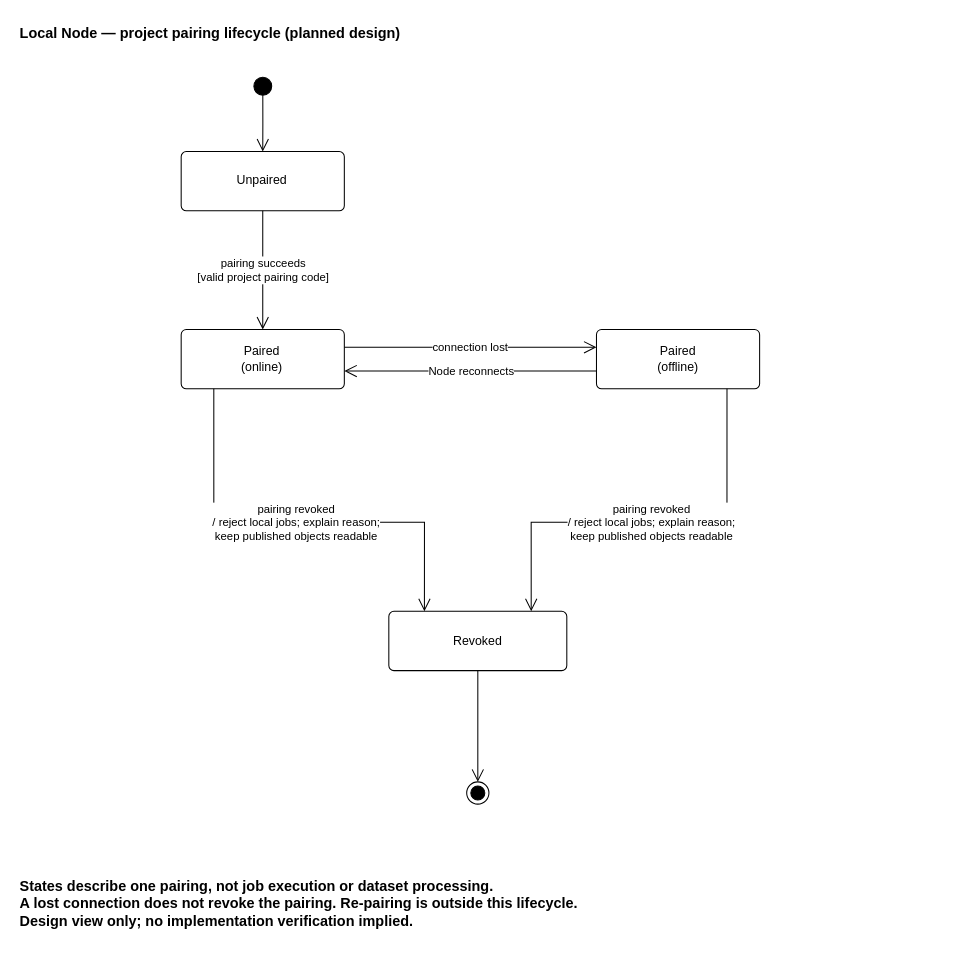
Earlier version of the draw.io diagram page "Data Management" (3 of 9) of diagrams/09-state-machine/State-Machine-Diagrams.drawio (openai-scientist/docs). Source tidied: cells renumbered, new cells numbered last; positions are measured from the earlier drawing's top-left corner, leaving out a move shared by most shapes. Both pictures are drawn from the tidied source at 103%, with x=0, y=0 at pixel (18, 18).
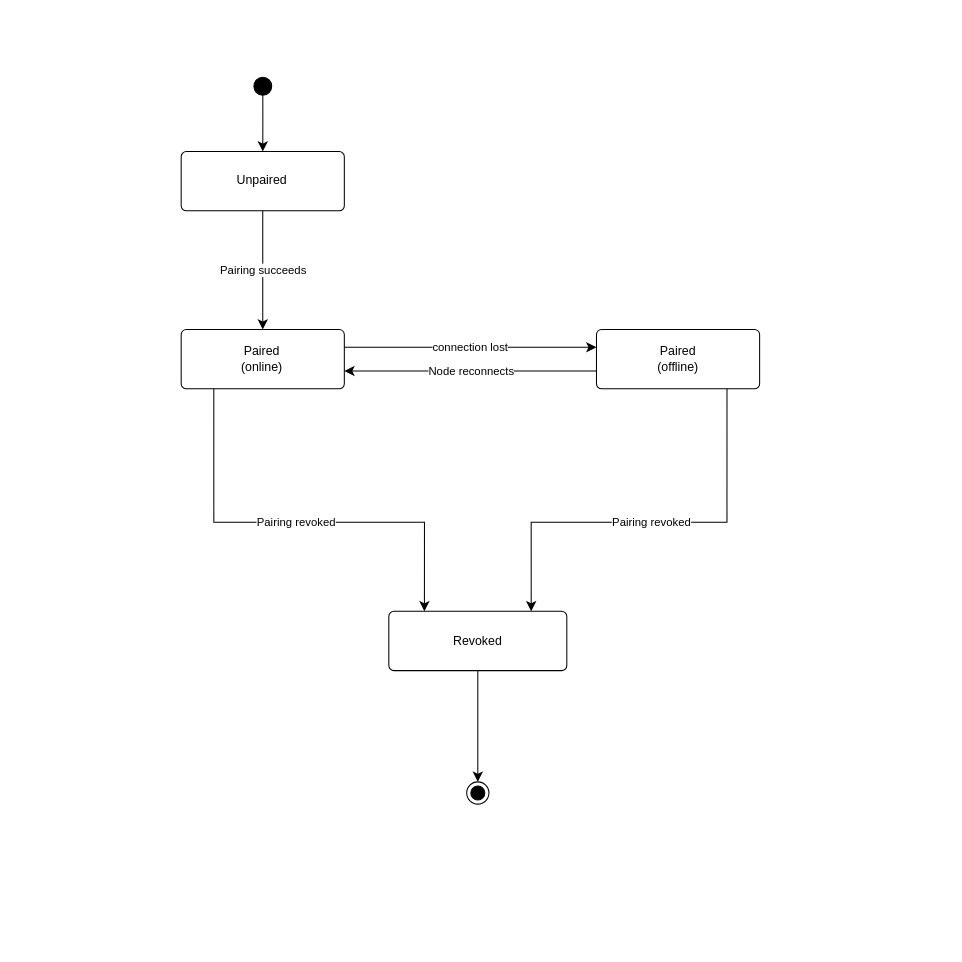
The same page after the edit.

Unchanged cells that the change refers to:
```xml
<mxCell id="3" style="html=1;fontFamily=Arial;fontColor=#000000;strokeColor=#000000;fillColor=#ffffff;strokeWidth=1;ellipse;fillColor=#000000;fontSize=12;" parent="1" vertex="1">
  <mxGeometry x="229" y="57.6" width="17.3" height="17.3" as="geometry" />
</mxCell>
<mxCell id="4" value="Unpaired" style="html=1;fontFamily=Arial;fontColor=#000000;strokeColor=#000000;fillColor=#ffffff;strokeWidth=1;rounded=1;absoluteArcSize=1;arcSize=10;whiteSpace=wrap;fontSize=12;" parent="1" vertex="1">
  <mxGeometry x="158.4" y="129.6" width="158.4" height="57.6" as="geometry" />
</mxCell>
<mxCell id="5" value="Paired&#10;(online)" style="html=1;fontFamily=Arial;fontColor=#000000;strokeColor=#000000;fillColor=#ffffff;strokeWidth=1;rounded=1;absoluteArcSize=1;arcSize=10;whiteSpace=wrap;fontSize=12;" parent="1" vertex="1">
  <mxGeometry x="158.4" y="302.4" width="158.4" height="57.6" as="geometry" />
</mxCell>
<mxCell id="6" value="Paired&#10;(offline)" style="html=1;fontFamily=Arial;fontColor=#000000;strokeColor=#000000;fillColor=#ffffff;strokeWidth=1;rounded=1;absoluteArcSize=1;arcSize=10;whiteSpace=wrap;fontSize=12;" parent="1" vertex="1">
  <mxGeometry x="561.6" y="302.4" width="158.4" height="57.6" as="geometry" />
</mxCell>
<mxCell id="7" value="Revoked" style="html=1;fontFamily=Arial;fontColor=#000000;strokeColor=#000000;fillColor=#ffffff;strokeWidth=1;rounded=1;absoluteArcSize=1;arcSize=10;whiteSpace=wrap;fontSize=12;" parent="1" vertex="1">
  <mxGeometry x="360" y="576" width="172.8" height="57.6" as="geometry" />
</mxCell>
<mxCell id="14" style="html=1;fontFamily=Arial;fontColor=#000000;strokeColor=#000000;fillColor=#ffffff;strokeWidth=1;ellipse;shape=endState;fillColor=#000000;fontSize=12;" parent="1" vertex="1">
  <mxGeometry x="435.6" y="741.6" width="21.6" height="21.6" as="geometry" />
</mxCell>
```

Diff of the diagram source:
```diff
@@
-    <mxCell id="2" value="Local Node — project pairing lifecycle (planned design)" style="html=1;fontFamily=Arial;fontColor=#000000;strokeColor=#000000;fillColor=#ffffff;strokeWidth=1;text;strokeColor=none;fillColor=none;fontStyle=1;align=left;fontSize=14;" parent="1" vertex="1">
-      <mxGeometry width="720" height="28.8" as="geometry" />
-    </mxCell>
@@
-    <mxCell id="8" style="html=1;fontFamily=Arial;fontColor=#000000;strokeColor=#000000;fillColor=#ffffff;strokeWidth=1;edgeStyle=orthogonalEdgeStyle;rounded=0;jettySize=auto;endArrow=open;endSize=10;endFill=0;dashed=0;labelBackgroundColor=#ffffff;align=center;verticalAlign=middle;exitX=0.5;exitY=1;entryX=0.5;entryY=0;exitPerimeter=1;entryPerimeter=1;fontSize=11;" parent="1" edge="1" source="3" target="4">
+    <mxCell id="8" style="html=1;fontFamily=Arial;fontColor=#000000;strokeColor=#000000;fillColor=#ffffff;strokeWidth=1;edgeStyle=orthogonalEdgeStyle;rounded=0;jettySize=auto;endArrow=classic;endSize=7;endFill=1;dashed=0;labelBackgroundColor=#ffffff;align=center;verticalAlign=middle;exitX=0.5;exitY=1;entryX=0.5;entryY=0;exitPerimeter=1;entryPerimeter=1;fontSize=11;" parent="1" edge="1" source="3" target="4">
       <mxGeometry relative="1" as="geometry" />
     </mxCell>
-    <mxCell id="9" value="pairing succeeds&#10;[valid project pairing code]" style="html=1;fontFamily=Arial;fontColor=#000000;strokeColor=#000000;fillColor=#ffffff;strokeWidth=1;edgeStyle=orthogonalEdgeStyle;rounded=0;jettySize=auto;endArrow=open;endSize=10;endFill=0;dashed=0;labelBackgroundColor=#ffffff;align=center;verticalAlign=middle;exitX=0.5;exitY=1;entryX=0.5;entryY=0;exitPerimeter=1;entryPerimeter=1;fontSize=11;" parent="1" edge="1" source="4" target="5">
+    <mxCell id="9" value="Pairing succeeds" style="html=1;fontFamily=Arial;fontColor=#000000;strokeColor=#000000;fillColor=#ffffff;strokeWidth=1;edgeStyle=orthogonalEdgeStyle;rounded=0;jettySize=auto;endArrow=classic;endSize=7;endFill=1;dashed=0;labelBackgroundColor=#ffffff;align=center;verticalAlign=middle;exitX=0.5;exitY=1;entryX=0.5;entryY=0;exitPerimeter=1;entryPerimeter=1;fontSize=11;" parent="1" edge="1" source="4" target="5">
       <mxGeometry relative="1" as="geometry" />
     </mxCell>
-    <mxCell id="10" value="connection lost" style="html=1;fontFamily=Arial;fontColor=#000000;strokeColor=#000000;fillColor=#ffffff;strokeWidth=1;edgeStyle=orthogonalEdgeStyle;rounded=0;jettySize=auto;endArrow=open;endSize=10;endFill=0;dashed=0;labelBackgroundColor=#ffffff;align=center;verticalAlign=middle;exitX=1;exitY=0.3;entryX=0;entryY=0.3;exitPerimeter=1;entryPerimeter=1;fontSize=11;" parent="1" edge="1" source="5" target="6">
+    <mxCell id="10" value="connection lost" style="html=1;fontFamily=Arial;fontColor=#000000;strokeColor=#000000;fillColor=#ffffff;strokeWidth=1;edgeStyle=orthogonalEdgeStyle;rounded=0;jettySize=auto;endArrow=classic;endSize=7;endFill=1;dashed=0;labelBackgroundColor=#ffffff;align=center;verticalAlign=middle;exitX=1;exitY=0.3;entryX=0;entryY=0.3;exitPerimeter=1;entryPerimeter=1;fontSize=11;" parent="1" edge="1" source="5" target="6">
       <mxGeometry relative="1" as="geometry" />
     </mxCell>
-    <mxCell id="11" value="Node reconnects" style="html=1;fontFamily=Arial;fontColor=#000000;strokeColor=#000000;fillColor=#ffffff;strokeWidth=1;edgeStyle=orthogonalEdgeStyle;rounded=0;jettySize=auto;endArrow=open;endSize=10;endFill=0;dashed=0;labelBackgroundColor=#ffffff;align=center;verticalAlign=middle;exitX=0;exitY=0.7;entryX=1;entryY=0.7;exitPerimeter=1;entryPerimeter=1;fontSize=11;" parent="1" edge="1" source="6" target="5">
+    <mxCell id="11" value="Node reconnects" style="html=1;fontFamily=Arial;fontColor=#000000;strokeColor=#000000;fillColor=#ffffff;strokeWidth=1;edgeStyle=orthogonalEdgeStyle;rounded=0;jettySize=auto;endArrow=classic;endSize=7;endFill=1;dashed=0;labelBackgroundColor=#ffffff;align=center;verticalAlign=middle;exitX=0;exitY=0.7;entryX=1;entryY=0.7;exitPerimeter=1;entryPerimeter=1;fontSize=11;" parent="1" edge="1" source="6" target="5">
       <mxGeometry relative="1" as="geometry" />
     </mxCell>
-    <mxCell id="12" value="pairing revoked&#10;/ reject local jobs; explain reason;&#10;keep published objects readable" style="html=1;fontFamily=Arial;fontColor=#000000;strokeColor=#000000;fillColor=#ffffff;strokeWidth=1;edgeStyle=orthogonalEdgeStyle;rounded=0;jettySize=auto;endArrow=open;endSize=10;endFill=0;dashed=0;labelBackgroundColor=#ffffff;align=center;verticalAlign=middle;exitX=0.2;exitY=1;entryX=0.2;entryY=0;exitPerimeter=1;entryPerimeter=1;fontSize=11;" parent="1" edge="1" source="5" target="7">
+    <mxCell id="12" value="Pairing revoked" style="html=1;fontFamily=Arial;fontColor=#000000;strokeColor=#000000;fillColor=#ffffff;strokeWidth=1;edgeStyle=orthogonalEdgeStyle;rounded=0;jettySize=auto;endArrow=classic;endSize=7;endFill=1;dashed=0;labelBackgroundColor=#ffffff;align=center;verticalAlign=middle;exitX=0.2;exitY=1;entryX=0.2;entryY=0;exitPerimeter=1;entryPerimeter=1;fontSize=11;" parent="1" edge="1" source="5" target="7">
       <mxGeometry relative="1" as="geometry">
         <Array as="points">
           <mxPoint x="190.1" y="489.6" />
           <mxPoint x="394.6" y="489.6" />
         </Array>
       </mxGeometry>
     </mxCell>
-    <mxCell id="13" value="pairing revoked&#10;/ reject local jobs; explain reason;&#10;keep published objects readable" style="html=1;fontFamily=Arial;fontColor=#000000;strokeColor=#000000;fillColor=#ffffff;strokeWidth=1;edgeStyle=orthogonalEdgeStyle;rounded=0;jettySize=auto;endArrow=open;endSize=10;endFill=0;dashed=0;labelBackgroundColor=#ffffff;align=center;verticalAlign=middle;exitX=0.8;exitY=1;entryX=0.8;entryY=0;exitPerimeter=1;entryPerimeter=1;fontSize=11;" parent="1" edge="1" source="6" target="7">
+    <mxCell id="13" value="Pairing revoked" style="html=1;fontFamily=Arial;fontColor=#000000;strokeColor=#000000;fillColor=#ffffff;strokeWidth=1;edgeStyle=orthogonalEdgeStyle;rounded=0;jettySize=auto;endArrow=classic;endSize=7;endFill=1;dashed=0;labelBackgroundColor=#ffffff;align=center;verticalAlign=middle;exitX=0.8;exitY=1;entryX=0.8;entryY=0;exitPerimeter=1;entryPerimeter=1;fontSize=11;" parent="1" edge="1" source="6" target="7">
       <mxGeometry relative="1" as="geometry">
         <Array as="points">
           <mxPoint x="688.3" y="489.6" />
           <mxPoint x="498.2" y="489.6" />
         </Array>
       </mxGeometry>
     </mxCell>
@@
-    <mxCell id="15" style="html=1;fontFamily=Arial;fontColor=#000000;strokeColor=#000000;fillColor=#ffffff;strokeWidth=1;edgeStyle=orthogonalEdgeStyle;rounded=0;jettySize=auto;endArrow=open;endSize=10;endFill=0;dashed=0;labelBackgroundColor=#ffffff;align=center;verticalAlign=middle;exitX=0.5;exitY=1;entryX=0.5;entryY=0;exitPerimeter=1;entryPerimeter=1;fontSize=11;" parent="1" edge="1" source="7" target="14">
+    <mxCell id="15" style="html=1;fontFamily=Arial;fontColor=#000000;strokeColor=#000000;fillColor=#ffffff;strokeWidth=1;edgeStyle=orthogonalEdgeStyle;rounded=0;jettySize=auto;endArrow=classic;endSize=7;endFill=1;dashed=0;labelBackgroundColor=#ffffff;align=center;verticalAlign=middle;exitX=0.5;exitY=1;entryX=0.5;entryY=0;exitPerimeter=1;entryPerimeter=1;fontSize=11;" parent="1" edge="1" source="7" target="14">
       <mxGeometry relative="1" as="geometry" />
     </mxCell>
-    <mxCell id="16" value="States describe one pairing, not job execution or dataset processing.&#10;A lost connection does not revoke the pairing. Re-pairing is outside this lifecycle.&#10;Design view only; no implementation verification implied." style="html=1;fontFamily=Arial;fontColor=#000000;strokeColor=#000000;fillColor=#ffffff;strokeWidth=1;text;strokeColor=none;fillColor=none;fontStyle=1;align=left;fontSize=14;" parent="1" vertex="1">
-      <mxGeometry y="828" width="900" height="72" as="geometry" />
-    </mxCell>
```
